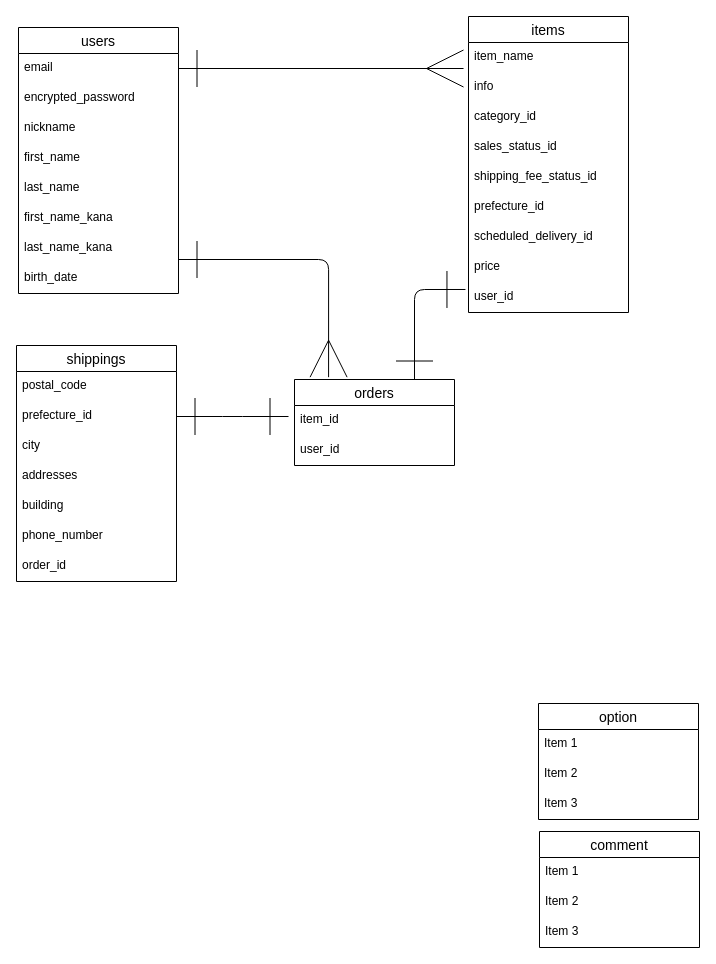
Above: ER図.dio in kiyotech/furima-38804 (draw.io), before the change. Source tidied: cells renumbered, new cells numbered last; positions are measured from the earlier drawing's top-left corner, leaving out a move shared by most shapes. Both pictures are drawn from the tidied source at 100%, with x=0, y=0 at pixel (16, 16).
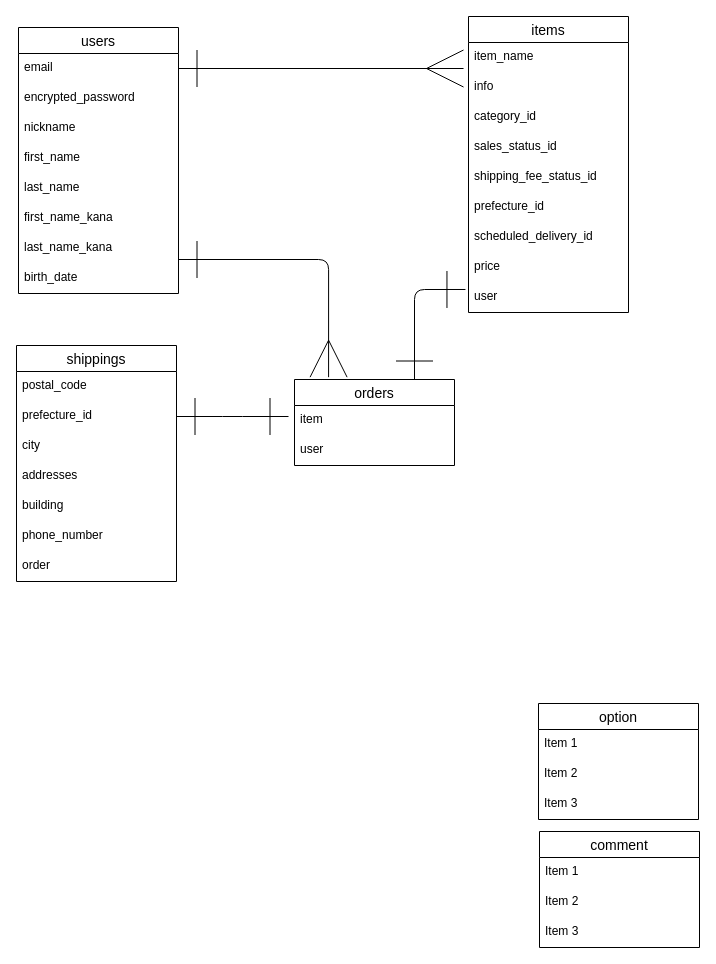
The same diagram, later.

Commit message:
データベース設計完了

The change refers to these unchanged cells:
```xml
<mxCell id="11" value="orders" style="swimlane;fontStyle=0;horizontal=1;startSize=26;align=center;fontSize=14;" parent="1" vertex="1">
  <mxGeometry x="278" y="363" width="160" height="86" as="geometry" />
</mxCell>
<mxCell id="14" value="items" style="swimlane;fontStyle=0;horizontal=1;startSize=26;align=center;fontSize=14;" parent="1" vertex="1">
  <mxGeometry x="452" width="160" height="296" as="geometry" />
</mxCell>
<mxCell id="24" value="shippings" style="swimlane;fontStyle=0;horizontal=1;startSize=26;align=center;fontSize=14;" parent="1" vertex="1">
  <mxGeometry y="329" width="160" height="236" as="geometry" />
</mxCell>
```

What changed in the source:
```diff
@@
-    <mxCell id="12" value="item_id" style="text;strokeColor=none;fillColor=none;spacingLeft=4;spacingRight=4;overflow=hidden;fontSize=12;" parent="11" vertex="1">
+    <mxCell id="12" value="item" style="text;strokeColor=none;fillColor=none;spacingLeft=4;spacingRight=4;overflow=hidden;fontSize=12;" parent="11" vertex="1">
       <mxGeometry y="26" width="160" height="30" as="geometry" />
     </mxCell>
-    <mxCell id="13" value="user_id" style="text;strokeColor=none;fillColor=none;spacingLeft=4;spacingRight=4;overflow=hidden;fontSize=12;" parent="11" vertex="1">
+    <mxCell id="13" value="user" style="text;strokeColor=none;fillColor=none;spacingLeft=4;spacingRight=4;overflow=hidden;fontSize=12;" parent="11" vertex="1">
       <mxGeometry y="56" width="160" height="30" as="geometry" />
     </mxCell>
@@
-    <mxCell id="23" value="user_id" style="text;strokeColor=none;fillColor=none;spacingLeft=4;spacingRight=4;overflow=hidden;points=[[0,0.5],[1,0.5]];portConstraint=eastwest;fontSize=12;" parent="14" vertex="1">
+    <mxCell id="23" value="user" style="text;strokeColor=none;fillColor=none;spacingLeft=4;spacingRight=4;overflow=hidden;points=[[0,0.5],[1,0.5]];portConstraint=eastwest;fontSize=12;" parent="14" vertex="1">
       <mxGeometry y="266" width="160" height="30" as="geometry" />
     </mxCell>
@@
-    <mxCell id="31" value="order_id" style="text;strokeColor=none;fillColor=none;spacingLeft=4;spacingRight=4;overflow=hidden;fontSize=12;" parent="24" vertex="1">
+    <mxCell id="31" value="order" style="text;strokeColor=none;fillColor=none;spacingLeft=4;spacingRight=4;overflow=hidden;fontSize=12;" parent="24" vertex="1">
       <mxGeometry y="206" width="160" height="30" as="geometry" />
     </mxCell>
```
